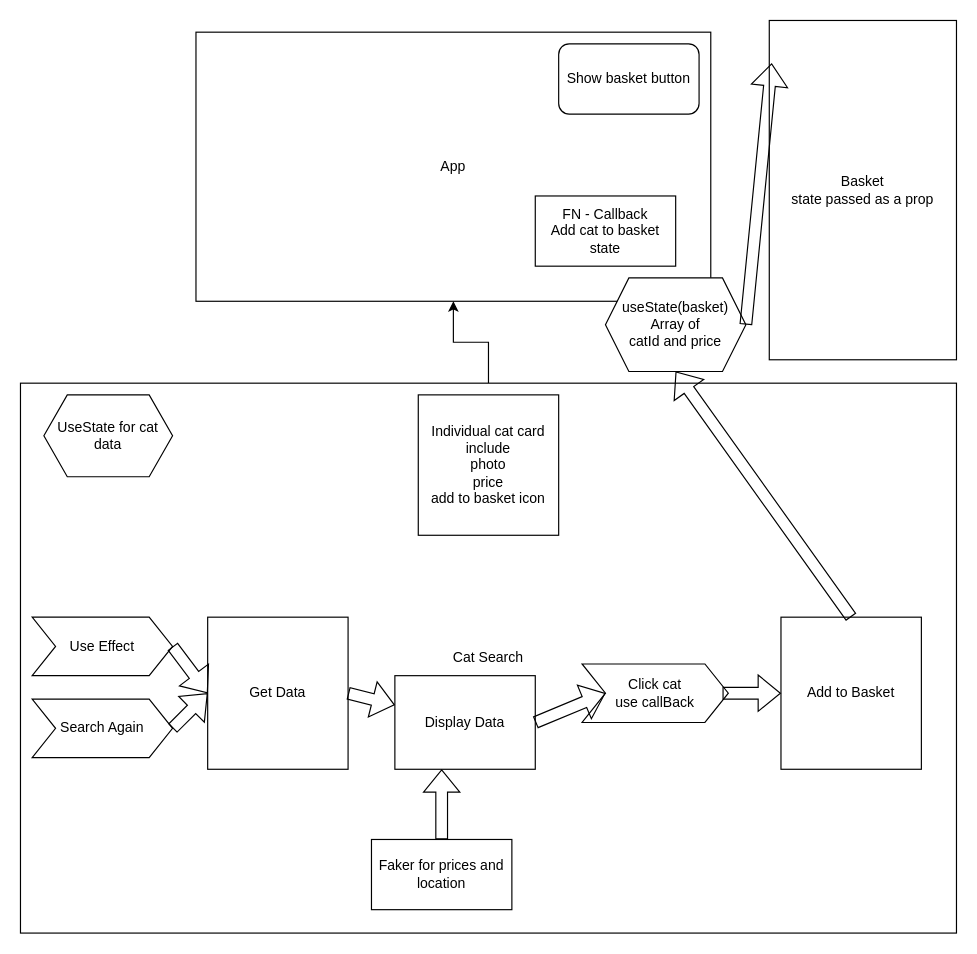
This is src/Cat Project.drawio from ijwilliamson/cats4life_grp2, a draw.io file, before an edit. Source tidied: cells renumbered, new cells numbered last; positions are measured from the earlier drawing's top-left corner, leaving out a move shared by most shapes. Both pictures are drawn from the tidied source at 117%, with x=0, y=0 at pixel (20, 20).
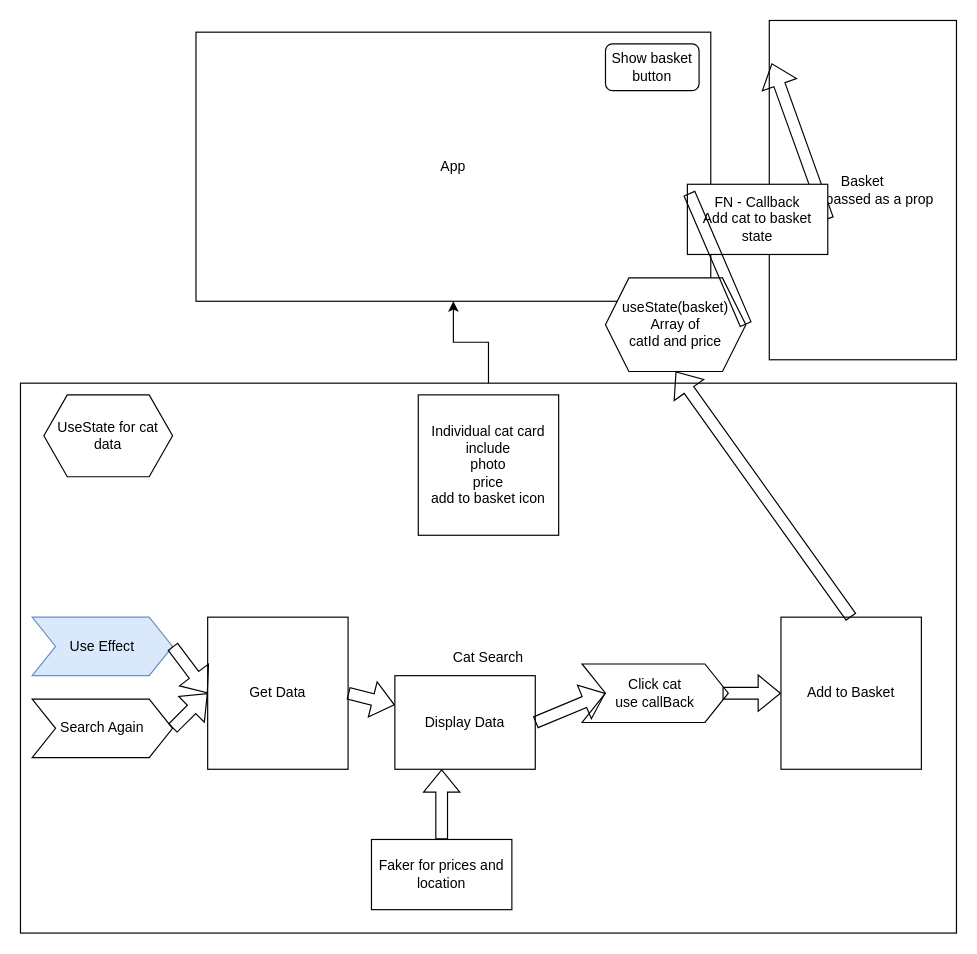
The same diagram, later.

The change refers to these unchanged cells:
```xml
<mxCell id="12" value="Basket&lt;br&gt;state passed as a prop" style="rounded=0;whiteSpace=wrap;html=1;" parent="1" vertex="1">
  <mxGeometry x="640" width="160" height="290" as="geometry" />
</mxCell>
<mxCell id="13" value="useState(basket)&lt;br&gt;Array of&lt;br&gt;catId and price" style="shape=hexagon;perimeter=hexagonPerimeter2;whiteSpace=wrap;html=1;fixedSize=1;" parent="1" vertex="1">
  <mxGeometry x="500" y="220" width="120" height="80" as="geometry" />
</mxCell>
```

The edit, as a diff of the source:
```diff
@@
-    <mxCell id="7" value="FN - Callback&lt;br&gt;Add cat to basket state" style="rounded=0;whiteSpace=wrap;html=1;" parent="1" vertex="1">
-      <mxGeometry x="440" y="150" width="120" height="60" as="geometry" />
-    </mxCell>
@@
-    <mxCell id="9" value="Use Effect" style="shape=step;perimeter=stepPerimeter;whiteSpace=wrap;html=1;fixedSize=1;" parent="1" vertex="1">
+    <mxCell id="9" value="Use Effect" style="shape=step;perimeter=stepPerimeter;whiteSpace=wrap;html=1;fixedSize=1;fillColor=#dae8fc;strokeColor=#6c8ebf;" parent="1" vertex="1">
       <mxGeometry x="10" y="510" width="120" height="50" as="geometry" />
     </mxCell>
@@
-    <mxCell id="21" style="shape=flexArrow;endArrow=classic;html=1;rounded=0;entryX=0.013;entryY=0.126;entryDx=0;entryDy=0;entryPerimeter=0;exitX=1;exitY=0.5;exitDx=0;exitDy=0;" parent="1" edge="1" source="13" target="12">
+    <mxCell id="21" style="shape=flexArrow;endArrow=classic;html=1;rounded=0;entryX=0.013;entryY=0.126;entryDx=0;entryDy=0;entryPerimeter=0;exitX=1;exitY=0.5;exitDx=0;exitDy=0;startArrow=none;" parent="1" edge="1" source="7" target="12">
       <mxGeometry relative="1" as="geometry" />
     </mxCell>
@@
     <mxCell id="24" value="Show basket button" style="rounded=1;whiteSpace=wrap;html=1;" parent="1" vertex="1">
-      <mxGeometry x="460" y="20" width="120" height="60" as="geometry" />
+      <mxGeometry x="500" y="20" width="80" height="40" as="geometry" />
     </mxCell>
@@
+    <mxCell id="7" value="FN - Callback&lt;br&gt;Add cat to basket state" style="rounded=0;whiteSpace=wrap;html=1;" parent="1" vertex="1">
+      <mxGeometry x="570" y="140" width="120" height="60" as="geometry" />
+    </mxCell>
+    <mxCell id="26" style="shape=flexArrow;endArrow=none;html=1;rounded=0;entryX=0.013;entryY=0.126;entryDx=0;entryDy=0;entryPerimeter=0;exitX=1;exitY=0.5;exitDx=0;exitDy=0;" parent="1" edge="1" source="13" target="7">
+      <mxGeometry relative="1" as="geometry" />
+    </mxCell>
```
